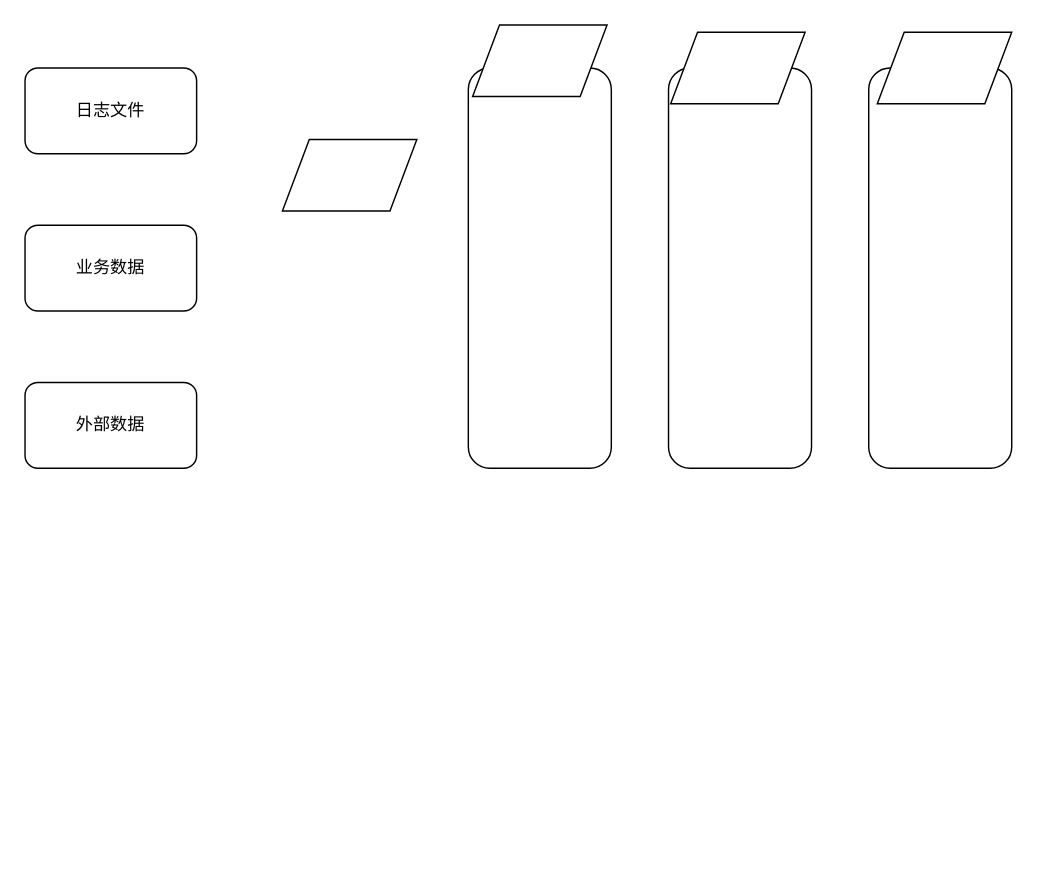
Earlier version of the draw.io diagram bigdataFrame.drawio (lzdong0714/note). Source tidied: cells renumbered, new cells numbered last; positions are measured from the earlier drawing's top-left corner, leaving out a move shared by most shapes. Both pictures are drawn from the tidied source at 143%, with x=0, y=0 at pixel (24, 24).
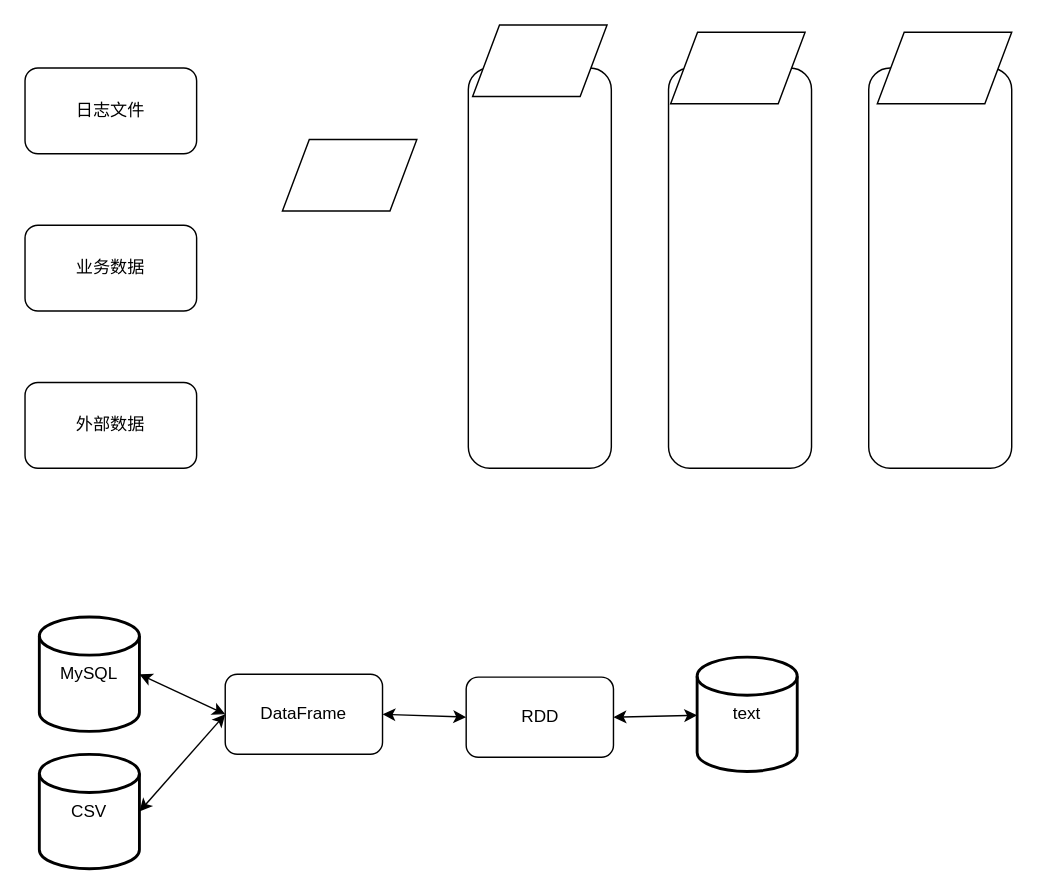
The same diagram, later.

Change to the diagram source:
```diff
@@
+    <mxCell id="12" value="MySQL" style="strokeWidth=2;html=1;shape=mxgraph.flowchart.database;whiteSpace=wrap;" parent="1" vertex="1">
+      <mxGeometry x="10" y="414" width="70" height="80" as="geometry" />
+    </mxCell>
+    <mxCell id="13" value="DataFrame" style="rounded=1;whiteSpace=wrap;html=1;" parent="1" vertex="1">
+      <mxGeometry x="140" y="454" width="110" height="56" as="geometry" />
+    </mxCell>
+    <mxCell id="14" value="RDD" style="rounded=1;whiteSpace=wrap;html=1;" parent="1" vertex="1">
+      <mxGeometry x="308.5" y="456" width="103" height="56" as="geometry" />
+    </mxCell>
+    <mxCell id="15" value="CSV" style="strokeWidth=2;html=1;shape=mxgraph.flowchart.database;whiteSpace=wrap;" parent="1" vertex="1">
+      <mxGeometry x="10" y="510" width="70" height="80" as="geometry" />
+    </mxCell>
+    <mxCell id="16" value="text" style="strokeWidth=2;html=1;shape=mxgraph.flowchart.database;whiteSpace=wrap;" parent="1" vertex="1">
+      <mxGeometry x="470" y="442" width="70" height="80" as="geometry" />
+    </mxCell>
+    <mxCell id="17" style="endArrow=classic;startArrow=classic;html=1;entryX=1;entryY=0.5;entryDx=0;entryDy=0;entryPerimeter=0;exitX=0;exitY=0.5;exitDx=0;exitDy=0;" parent="1" edge="1" source="13" target="12">
+      <mxGeometry relative="1" as="geometry" />
+    </mxCell>
+    <mxCell id="18" style="endArrow=classic;startArrow=classic;html=1;exitX=1;exitY=0.5;exitDx=0;exitDy=0;exitPerimeter=0;entryX=0;entryY=0.5;entryDx=0;entryDy=0;" parent="1" edge="1" source="15" target="13">
+      <mxGeometry relative="1" as="geometry" />
+    </mxCell>
+    <mxCell id="19" style="endArrow=classic;startArrow=classic;html=1;exitX=1;exitY=0.5;exitDx=0;exitDy=0;entryX=0;entryY=0.5;entryDx=0;entryDy=0;" parent="1" edge="1" source="13" target="14">
+      <mxGeometry relative="1" as="geometry" />
+    </mxCell>
+    <mxCell id="20" style="endArrow=classic;startArrow=classic;html=1;exitX=1;exitY=0.5;exitDx=0;exitDy=0;" parent="1" edge="1" source="14" target="16">
+      <mxGeometry relative="1" as="geometry" />
+    </mxCell>
```
